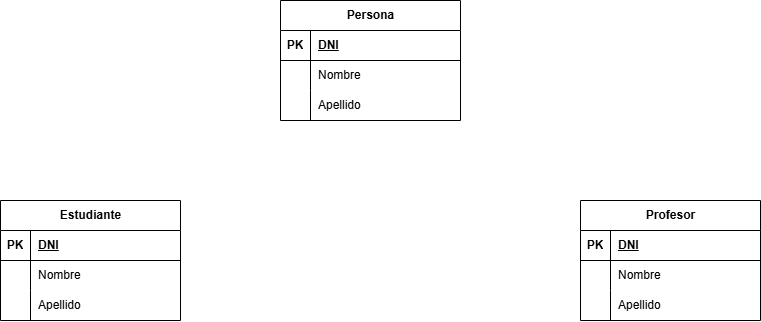
Earlier version of the draw.io export Diagramas_E_R/Diagrama_actividad_3.drawio.png (Gabitoto/Bases-de-Datos). Source tidied: cells renumbered, new cells last; positions are measured from the earlier drawing's top-left corner, leaving out a move shared by most shapes.
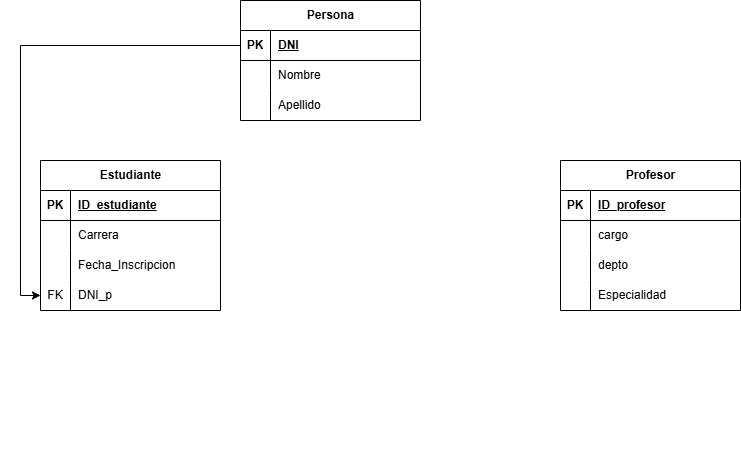
The same file after the commit.

Diff of the diagram source:
```diff
@@ -32,65 +32,92 @@
     <mxCell id="11" value="Apellido" style="shape=partialRectangle;fillColor=none;top=0;left=0;bottom=0;right=0;align=left;spacingLeft=6;overflow=hidden;whiteSpace=wrap;html=1;" parent="9" vertex="1">
       <mxGeometry x="30" width="150" height="30" as="geometry" />
     </mxCell>
+    <mxCell id="32" style="shape=tableRow;horizontal=0;startSize=0;swimlaneHead=0;swimlaneBody=0;fillColor=none;top=0;left=0;right=0;bottom=0;" parent="1" vertex="1">
+      <mxGeometry x="40" y="420" width="180" height="30" as="geometry" />
+    </mxCell>
+    <mxCell id="22" value="Estudiante" style="shape=table;startSize=30;rowLines=0;fontStyle=1;align=center;html=1;" parent="1" vertex="1">
+      <mxGeometry x="80" y="160" width="180" height="150" as="geometry" />
+    </mxCell>
+    <mxCell id="33" style="shape=tableRow;horizontal=0;startSize=0;swimlaneHead=0;swimlaneBody=0;fillColor=none;top=0;left=0;right=0;bottom=1;" parent="22" vertex="1">
+      <mxGeometry y="30" width="180" height="30" as="geometry" />
+    </mxCell>
+    <mxCell id="34" value="PK" style="shape=partialRectangle;fillColor=none;top=0;left=0;bottom=0;right=0;fontStyle=1;overflow=hidden;whiteSpace=wrap;html=1;" parent="33" vertex="1">
+      <mxGeometry width="30" height="30" as="geometry" />
+    </mxCell>
+    <mxCell id="35" value="ID_estudiante" style="shape=partialRectangle;fillColor=none;top=0;left=0;bottom=0;right=0;align=left;spacingLeft=6;fontStyle=5;overflow=hidden;whiteSpace=wrap;html=1;" parent="33" vertex="1">
+      <mxGeometry x="30" width="150" height="30" as="geometry" />
+    </mxCell>
+    <mxCell id="36" style="shape=tableRow;horizontal=0;startSize=0;swimlaneHead=0;swimlaneBody=0;fillColor=none;top=0;left=0;right=0;bottom=0;" parent="22" vertex="1">
+      <mxGeometry y="60" width="180" height="30" as="geometry" />
+    </mxCell>
+    <mxCell id="37" style="shape=partialRectangle;fillColor=none;top=0;left=0;bottom=0;right=0;overflow=hidden;whiteSpace=wrap;html=1;" parent="36" vertex="1">
+      <mxGeometry width="30" height="30" as="geometry" />
+    </mxCell>
+    <mxCell id="38" value="Carrera" style="shape=partialRectangle;fillColor=none;top=0;left=0;bottom=0;right=0;align=left;spacingLeft=6;overflow=hidden;whiteSpace=wrap;html=1;" parent="36" vertex="1">
+      <mxGeometry x="30" width="150" height="30" as="geometry" />
+    </mxCell>
+    <mxCell id="39" style="shape=tableRow;horizontal=0;startSize=0;swimlaneHead=0;swimlaneBody=0;fillColor=none;top=0;left=0;right=0;bottom=0;" parent="22" vertex="1">
+      <mxGeometry y="90" width="180" height="30" as="geometry" />
+    </mxCell>
+    <mxCell id="40" style="shape=partialRectangle;fillColor=none;top=0;left=0;bottom=0;right=0;overflow=hidden;whiteSpace=wrap;html=1;" parent="39" vertex="1">
+      <mxGeometry width="30" height="30" as="geometry" />
+    </mxCell>
+    <mxCell id="41" value="Fecha_Inscripcion" style="shape=partialRectangle;fillColor=none;top=0;left=0;bottom=0;right=0;align=left;spacingLeft=6;overflow=hidden;whiteSpace=wrap;html=1;" parent="39" vertex="1">
+      <mxGeometry x="30" width="150" height="30" as="geometry" />
+    </mxCell>
+    <mxCell id="42" style="shape=tableRow;horizontal=0;startSize=0;swimlaneHead=0;swimlaneBody=0;fillColor=none;points=[[0,0.5],[1,0.5]];portConstraint=eastwest;top=0;left=0;right=0;bottom=0;" parent="22" vertex="1">
+      <mxGeometry y="120" width="180" height="30" as="geometry" />
+    </mxCell>
+    <mxCell id="43" value="FK" style="shape=partialRectangle;fillColor=none;top=0;left=0;bottom=0;right=0;overflow=hidden;whiteSpace=wrap;html=1;" parent="42" vertex="1">
+      <mxGeometry width="30" height="30" as="geometry" />
+    </mxCell>
+    <mxCell id="44" value="DNI_p" style="shape=partialRectangle;fillColor=none;top=0;left=0;bottom=0;right=0;align=left;spacingLeft=6;overflow=hidden;whiteSpace=wrap;html=1;" parent="42" vertex="1">
+      <mxGeometry x="30" width="150" height="30" as="geometry" />
+    </mxCell>
+    <mxCell id="45" style="edgeStyle=orthogonalEdgeStyle;rounded=0;jettySize=auto;html=1;exitX=0;exitY=0.5;exitDx=0;exitDy=0;entryX=0;entryY=0.5;entryDx=0;entryDy=0;" parent="1" edge="1" source="3" target="42">
+      <mxGeometry relative="1" as="geometry" />
+    </mxCell>
+    <mxCell id="46" style="group;" parent="1" vertex="1">
+      <mxGeometry x="300" y="160" width="480" height="190" as="geometry" />
+    </mxCell>
-    <mxCell id="12" value="Profesor" style="shape=table;startSize=30;rowLines=0;fontStyle=1;align=center;html=1;" parent="1" vertex="1">
-      <mxGeometry x="580" y="200" width="180" height="120" as="geometry" />
+    <mxCell id="12" value="Profesor" style="shape=table;startSize=30;rowLines=0;fontStyle=1;align=center;html=1;" parent="46" vertex="1">
+      <mxGeometry x="300" width="180" height="150" as="geometry" />
     </mxCell>
-    <mxCell id="13" style="shape=tableRow;horizontal=0;startSize=0;swimlaneHead=0;swimlaneBody=0;fillColor=none;top=0;left=0;right=0;bottom=1;" parent="12" vertex="1">
-      <mxGeometry y="30" width="180" height="30" as="geometry" />
-    </mxCell>
-    <mxCell id="14" value="PK" style="shape=partialRectangle;fillColor=none;top=0;left=0;bottom=0;right=0;fontStyle=1;overflow=hidden;whiteSpace=wrap;html=1;" parent="13" vertex="1">
-      <mxGeometry width="30" height="30" as="geometry" />
-    </mxCell>
-    <mxCell id="15" value="DNI" style="shape=partialRectangle;fillColor=none;top=0;left=0;bottom=0;right=0;align=left;spacingLeft=6;fontStyle=5;overflow=hidden;whiteSpace=wrap;html=1;" parent="13" vertex="1">
-      <mxGeometry x="30" width="150" height="30" as="geometry" />
-    </mxCell>
-    <mxCell id="16" style="shape=tableRow;horizontal=0;startSize=0;swimlaneHead=0;swimlaneBody=0;fillColor=none;top=0;left=0;right=0;bottom=0;" parent="12" vertex="1">
-      <mxGeometry y="60" width="180" height="30" as="geometry" />
-    </mxCell>
-    <mxCell id="17" style="shape=partialRectangle;fillColor=none;top=0;left=0;bottom=0;right=0;overflow=hidden;whiteSpace=wrap;html=1;" parent="16" vertex="1">
-      <mxGeometry width="30" height="30" as="geometry" />
-    </mxCell>
-    <mxCell id="18" value="Nombre" style="shape=partialRectangle;fillColor=none;top=0;left=0;bottom=0;right=0;align=left;spacingLeft=6;overflow=hidden;whiteSpace=wrap;html=1;" parent="16" vertex="1">
-      <mxGeometry x="30" width="150" height="30" as="geometry" />
-    </mxCell>
-    <mxCell id="19" style="shape=tableRow;horizontal=0;startSize=0;swimlaneHead=0;swimlaneBody=0;fillColor=none;top=0;left=0;right=0;bottom=0;" parent="12" vertex="1">
-      <mxGeometry y="90" width="180" height="30" as="geometry" />
-    </mxCell>
-    <mxCell id="20" style="shape=partialRectangle;fillColor=none;top=0;left=0;bottom=0;right=0;overflow=hidden;whiteSpace=wrap;html=1;" parent="19" vertex="1">
-      <mxGeometry width="30" height="30" as="geometry" />
-    </mxCell>
-    <mxCell id="21" value="Apellido" style="shape=partialRectangle;fillColor=none;top=0;left=0;bottom=0;right=0;align=left;spacingLeft=6;overflow=hidden;whiteSpace=wrap;html=1;" parent="19" vertex="1">
-      <mxGeometry x="30" width="150" height="30" as="geometry" />
-    </mxCell>
-    <mxCell id="22" value="Estudiante" style="shape=table;startSize=30;rowLines=0;fontStyle=1;align=center;html=1;" parent="1" vertex="1">
-      <mxGeometry y="200" width="180" height="120" as="geometry" />
-    </mxCell>
-    <mxCell id="23" style="shape=tableRow;horizontal=0;startSize=0;swimlaneHead=0;swimlaneBody=0;fillColor=none;top=0;left=0;right=0;bottom=1;" parent="22" vertex="1">
-      <mxGeometry y="30" width="180" height="30" as="geometry" />
-    </mxCell>
-    <mxCell id="24" value="PK" style="shape=partialRectangle;fillColor=none;top=0;left=0;bottom=0;right=0;fontStyle=1;overflow=hidden;whiteSpace=wrap;html=1;" parent="23" vertex="1">
-      <mxGeometry width="30" height="30" as="geometry" />
-    </mxCell>
-    <mxCell id="25" value="DNI" style="shape=partialRectangle;fillColor=none;top=0;left=0;bottom=0;right=0;align=left;spacingLeft=6;fontStyle=5;overflow=hidden;whiteSpace=wrap;html=1;" parent="23" vertex="1">
-      <mxGeometry x="30" width="150" height="30" as="geometry" />
-    </mxCell>
-    <mxCell id="26" style="shape=tableRow;horizontal=0;startSize=0;swimlaneHead=0;swimlaneBody=0;fillColor=none;top=0;left=0;right=0;bottom=0;" parent="22" vertex="1">
-      <mxGeometry y="60" width="180" height="30" as="geometry" />
-    </mxCell>
-    <mxCell id="27" style="shape=partialRectangle;fillColor=none;top=0;left=0;bottom=0;right=0;overflow=hidden;whiteSpace=wrap;html=1;" parent="26" vertex="1">
-      <mxGeometry width="30" height="30" as="geometry" />
-    </mxCell>
-    <mxCell id="28" value="Nombre" style="shape=partialRectangle;fillColor=none;top=0;left=0;bottom=0;right=0;align=left;spacingLeft=6;overflow=hidden;whiteSpace=wrap;html=1;" parent="26" vertex="1">
-      <mxGeometry x="30" width="150" height="30" as="geometry" />
-    </mxCell>
-    <mxCell id="29" style="shape=tableRow;horizontal=0;startSize=0;swimlaneHead=0;swimlaneBody=0;fillColor=none;top=0;left=0;right=0;bottom=0;" parent="22" vertex="1">
-      <mxGeometry y="90" width="180" height="30" as="geometry" />
-    </mxCell>
-    <mxCell id="30" style="shape=partialRectangle;fillColor=none;top=0;left=0;bottom=0;right=0;overflow=hidden;whiteSpace=wrap;html=1;" parent="29" vertex="1">
-      <mxGeometry width="30" height="30" as="geometry" />
-    </mxCell>
-    <mxCell id="31" value="Apellido" style="shape=partialRectangle;fillColor=none;top=0;left=0;bottom=0;right=0;align=left;spacingLeft=6;overflow=hidden;whiteSpace=wrap;html=1;" parent="29" vertex="1">
-      <mxGeometry x="30" width="150" height="30" as="geometry" />
-    </mxCell>
+    <mxCell id="47" style="shape=tableRow;horizontal=0;startSize=0;swimlaneHead=0;swimlaneBody=0;fillColor=none;top=0;left=0;right=0;bottom=1;" parent="12" vertex="1">
+      <mxGeometry y="30" width="180" height="30" as="geometry" />
+    </mxCell>
+    <mxCell id="48" value="PK" style="shape=partialRectangle;fillColor=none;top=0;left=0;bottom=0;right=0;fontStyle=1;overflow=hidden;whiteSpace=wrap;html=1;" parent="47" vertex="1">
+      <mxGeometry width="30" height="30" as="geometry" />
+    </mxCell>
+    <mxCell id="49" value="ID_profesor" style="shape=partialRectangle;fillColor=none;top=0;left=0;bottom=0;right=0;align=left;spacingLeft=6;fontStyle=5;overflow=hidden;whiteSpace=wrap;html=1;" parent="47" vertex="1">
+      <mxGeometry x="30" width="150" height="30" as="geometry" />
+    </mxCell>
+    <mxCell id="50" style="shape=tableRow;horizontal=0;startSize=0;swimlaneHead=0;swimlaneBody=0;fillColor=none;top=0;left=0;right=0;bottom=0;" parent="12" vertex="1">
+      <mxGeometry y="60" width="180" height="30" as="geometry" />
+    </mxCell>
+    <mxCell id="51" style="shape=partialRectangle;fillColor=none;top=0;left=0;bottom=0;right=0;overflow=hidden;whiteSpace=wrap;html=1;" parent="50" vertex="1">
+      <mxGeometry width="30" height="30" as="geometry" />
+    </mxCell>
+    <mxCell id="52" value="cargo" style="shape=partialRectangle;fillColor=none;top=0;left=0;bottom=0;right=0;align=left;spacingLeft=6;overflow=hidden;whiteSpace=wrap;html=1;" parent="50" vertex="1">
+      <mxGeometry x="30" width="150" height="30" as="geometry" />
+    </mxCell>
+    <mxCell id="53" style="shape=tableRow;horizontal=0;startSize=0;swimlaneHead=0;swimlaneBody=0;fillColor=none;top=0;left=0;right=0;bottom=0;" parent="12" vertex="1">
+      <mxGeometry y="90" width="180" height="30" as="geometry" />
+    </mxCell>
+    <mxCell id="54" style="shape=partialRectangle;fillColor=none;top=0;left=0;bottom=0;right=0;overflow=hidden;whiteSpace=wrap;html=1;" parent="53" vertex="1">
+      <mxGeometry width="30" height="30" as="geometry" />
+    </mxCell>
+    <mxCell id="55" value="depto" style="shape=partialRectangle;fillColor=none;top=0;left=0;bottom=0;right=0;align=left;spacingLeft=6;overflow=hidden;whiteSpace=wrap;html=1;" parent="53" vertex="1">
+      <mxGeometry x="30" width="150" height="30" as="geometry" />
+    </mxCell>
+    <mxCell id="56" style="shape=tableRow;horizontal=0;startSize=0;swimlaneHead=0;swimlaneBody=0;fillColor=none;top=0;left=0;right=0;bottom=0;" parent="12" vertex="1">
+      <mxGeometry y="120" width="180" height="30" as="geometry" />
+    </mxCell>
+    <mxCell id="57" style="shape=partialRectangle;fillColor=none;top=0;left=0;bottom=0;right=0;overflow=hidden;whiteSpace=wrap;html=1;" parent="56" vertex="1">
+      <mxGeometry width="30" height="30" as="geometry" />
+    </mxCell>
+    <mxCell id="58" value="Especialidad" style="shape=partialRectangle;fillColor=none;top=0;left=0;bottom=0;right=0;align=left;spacingLeft=6;overflow=hidden;whiteSpace=wrap;html=1;" parent="56" vertex="1">
+      <mxGeometry x="30" width="150" height="30" as="geometry" />
+    </mxCell>
   </root>
 </mxGraphModel>
```
